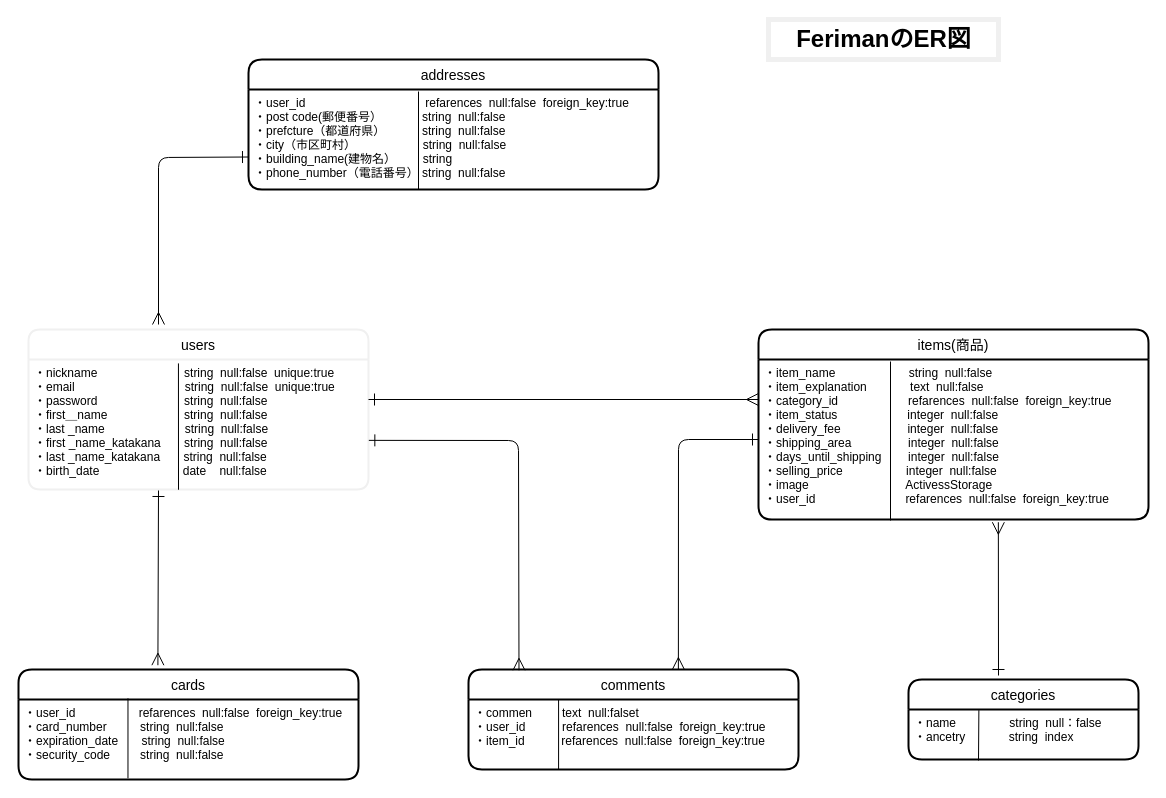
Earlier version of the draw.io diagram er.dio (yuko1117/furima-31777). Source tidied: cells renumbered, new cells numbered last; positions are measured from the earlier drawing's top-left corner, leaving out a move shared by most shapes. Both pictures are drawn from the tidied source at 100%, with x=0, y=0 at pixel (18, 19).
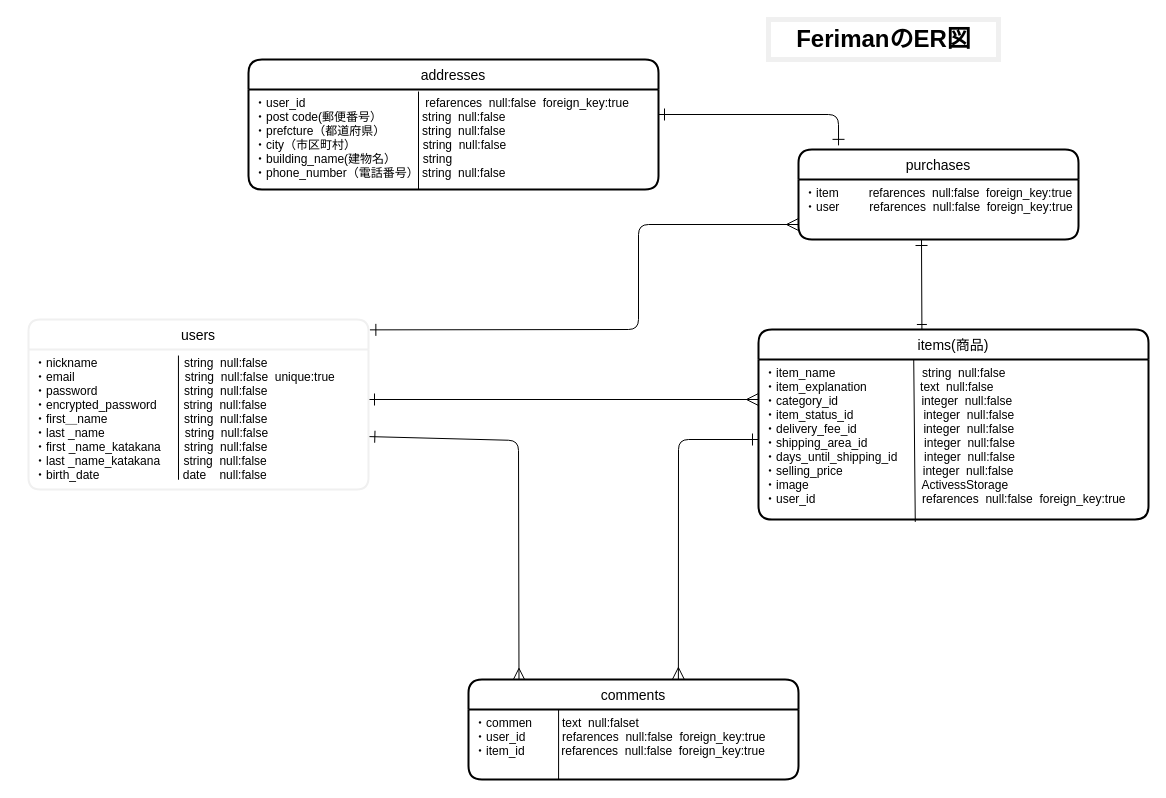
The same diagram, later.

Commit message (it also covers changes not shown here):
ER図、READMEの修正１

Unchanged cells that the change refers to:
```xml
<mxCell id="5" value="addresses" style="swimlane;horizontal=1;startSize=30;rounded=1;fontSize=14;fontStyle=0;strokeWidth=2;shadow=0;dashed=0;align=center;" parent="1" vertex="1">
  <mxGeometry x="230" y="40" width="410" height="130" as="geometry" />
</mxCell>
<mxCell id="6" value="・user_id　　　　　　　　　　refarences  null:false  foreign_key:true&#10;・post code(郵便番号）            string  null:false&#10;・prefcture（都道府県）           string  null:false&#10;・city（市区町村）                    string  null:false&#10;・building_name(建物名）        string  &#10;・phone_number（電話番号） string  null:false&#10;" style="align=left;strokeColor=none;fillColor=none;spacingLeft=4;fontSize=12;verticalAlign=top;" parent="5" vertex="1">
  <mxGeometry y="30" width="410" height="100" as="geometry" />
</mxCell>
<mxCell id="8" value="items(商品)" style="swimlane;horizontal=1;startSize=30;rounded=1;fontSize=14;fontStyle=0;strokeWidth=2;shadow=0;dashed=0;align=center;" parent="1" vertex="1">
  <mxGeometry x="740" y="310" width="390" height="190" as="geometry" />
</mxCell>
```

The edit, as a diff of the source:
```diff
@@
-    <mxCell id="2" value="users" style="swimlane;horizontal=1;startSize=30;rounded=1;fontSize=14;fontStyle=0;strokeWidth=2;shadow=0;dashed=0;align=center;arcSize=13;strokeColor=#F0F0F0;" parent="1" vertex="1">
-      <mxGeometry x="10" y="310" width="340" height="160" as="geometry" />
-    </mxCell>
-    <mxCell id="3" value="・nickname                          string  null:false  unique:true&#10;・email                                 string  null:false  unique:true&#10;・password                          string  null:false                &#10;・first＿name                       string  null:false &#10;・last _name                        string  null:false&#10;・first _name_katakana       string  null:false&#10;・last _name_katakana       string  null:false&#10;・birth_date                         date    null:false &#10;" style="align=left;strokeColor=none;fillColor=none;spacingLeft=4;fontSize=12;verticalAlign=top;" parent="2" vertex="1">
-      <mxGeometry y="30" width="340" height="130" as="geometry" />
-    </mxCell>
-    <mxCell id="4" style="endArrow=none;html=1;rounded=0;exitX=0.441;exitY=0.212;exitDx=0;exitDy=0;exitPerimeter=0;" parent="2" edge="1" source="2">
-      <mxGeometry relative="1" as="geometry">
-        <mxPoint x="150" y="139" as="targetPoint" />
-        <Array as="points">
-          <mxPoint x="150" y="160" />
-        </Array>
-      </mxGeometry>
-    </mxCell>
@@
-    <mxCell id="9" value="・item_name                      string  null:false&#10;・item_explanation             text  null:false&#10;・category_id                     refarences  null:false  foreign_key:true&#10;・item_status                     integer  null:false&#10;・delivery_fee                    integer  null:false&#10;・shipping_area                 integer  null:false&#10;・days_until_shipping        integer  null:false&#10;・selling_price                   integer  null:false&#10;・image                             ActivessStorage&#10;・user_id                           refarences  null:false  foreign_key:true" style="align=left;strokeColor=none;fillColor=none;spacingLeft=4;fontSize=12;verticalAlign=top;" parent="8" vertex="1">
+    <mxCell id="9" value="・item_name                          string  null:false&#10;・item_explanation                text  null:false&#10;・category_id                         integer  null:false  &#10;・item_status_id                     integer  null:false&#10;・delivery_fee_id                    integer  null:false&#10;・shipping_area_id                 integer  null:false&#10;・days_until_shipping_id        integer  null:false&#10;・selling_price                        integer  null:false&#10;・image                                  ActivessStorage&#10;・user_id                                refarences  null:false  foreign_key:true" style="align=left;strokeColor=none;fillColor=none;spacingLeft=4;fontSize=12;verticalAlign=top;" parent="8" vertex="1">
       <mxGeometry y="30" width="390" height="160" as="geometry" />
     </mxCell>
-    <mxCell id="10" style="endArrow=none;html=1;" parent="8" edge="1">
-      <mxGeometry relative="1" as="geometry">
-        <mxPoint x="132" y="191" as="sourcePoint" />
-        <mxPoint x="132" y="32" as="targetPoint" />
-      </mxGeometry>
+    <mxCell id="10" style="endArrow=none;html=1;entryX=0.398;entryY=-0.003;entryDx=0;entryDy=0;entryPerimeter=0;exitX=0.402;exitY=1.015;exitDx=0;exitDy=0;exitPerimeter=0;" parent="8" edge="1" source="9" target="9">
+      <mxGeometry relative="1" as="geometry" />
     </mxCell>
-    <mxCell id="11" value="cards" style="swimlane;horizontal=1;startSize=30;rounded=1;fontSize=14;fontStyle=0;strokeWidth=2;shadow=0;dashed=0;align=center;" parent="1" vertex="1">
-      <mxGeometry y="650" width="340" height="110" as="geometry" />
-    </mxCell>
-    <mxCell id="12" value="・user_id                   refarences  null:false  foreign_key:true&#10;・card_number          string  null:false&#10;・expiration_date       string  null:false&#10;・security_code         string  null:false" style="align=left;strokeColor=none;fillColor=none;spacingLeft=4;fontSize=12;verticalAlign=top;" parent="11" vertex="1">
-      <mxGeometry y="30" width="340" height="80" as="geometry" />
-    </mxCell>
-    <mxCell id="13" style="endArrow=none;html=1;exitX=0.322;exitY=0.262;exitDx=0;exitDy=0;exitPerimeter=0;entryX=0.322;entryY=0.985;entryDx=0;entryDy=0;entryPerimeter=0;" parent="11" edge="1" source="11" target="12">
-      <mxGeometry relative="1" as="geometry" />
-    </mxCell>
-    <mxCell id="14" value="categories" style="swimlane;horizontal=1;startSize=30;rounded=1;fontSize=14;fontStyle=0;strokeWidth=2;shadow=0;dashed=0;align=center;" parent="1" vertex="1">
-      <mxGeometry x="890" y="660" width="230" height="80" as="geometry" />
-    </mxCell>
-    <mxCell id="15" value="・name                string  null：false&#10;・ancetry             string  index" style="align=left;strokeColor=none;fillColor=none;spacingLeft=4;fontSize=12;verticalAlign=top;" parent="14" vertex="1">
-      <mxGeometry y="30" width="230" height="50" as="geometry" />
-    </mxCell>
-    <mxCell id="16" style="endArrow=none;html=1;exitX=0.306;exitY=0.013;exitDx=0;exitDy=0;exitPerimeter=0;" parent="14" edge="1" source="15">
-      <mxGeometry relative="1" as="geometry">
-        <mxPoint x="70" y="81" as="targetPoint" />
-      </mxGeometry>
-    </mxCell>
-    <mxCell id="17" style="endArrow=ERone;html=1;entryX=0;entryY=0.75;entryDx=0;entryDy=0;rounded=1;startArrow=ERmany;startFill=0;endFill=0;endSize=10;startSize=10;" parent="1" edge="1" target="5">
-      <mxGeometry relative="1" as="geometry">
-        <mxPoint x="140" y="305" as="sourcePoint" />
-        <Array as="points">
-          <mxPoint x="140" y="138" />
-        </Array>
-      </mxGeometry>
-    </mxCell>
-    <mxCell id="18" style="endArrow=ERone;html=1;exitX=0.41;exitY=-0.039;exitDx=0;exitDy=0;exitPerimeter=0;startArrow=ERmany;startFill=0;endFill=0;endSize=10;startSize=10;" parent="1" edge="1" source="11">
-      <mxGeometry relative="1" as="geometry">
-        <mxPoint x="140" y="471" as="targetPoint" />
-      </mxGeometry>
-    </mxCell>
+    <mxCell id="27" style="endArrow=ERmany;html=1;rounded=1;entryX=0;entryY=0.75;entryDx=0;entryDy=0;startArrow=ERone;startFill=0;endFill=0;endSize=10;startSize=10;exitX=1.004;exitY=0.061;exitDx=0;exitDy=0;jumpStyle=none;exitPerimeter=0;" parent="1" edge="1" source="2" target="29">
+      <mxGeometry relative="1" as="geometry">
+        <Array as="points">
+          <mxPoint x="620" y="310" />
+          <mxPoint x="620" y="205" />
+        </Array>
+      </mxGeometry>
+    </mxCell>
+    <mxCell id="28" value="purchases" style="swimlane;horizontal=1;startSize=30;rounded=1;fontSize=14;fontStyle=0;strokeWidth=2;shadow=0;dashed=0;align=center;" parent="1" vertex="1">
+      <mxGeometry x="780" y="130" width="280" height="90" as="geometry" />
+    </mxCell>
+    <mxCell id="29" value="・item         refarences  null:false  foreign_key:true&#10;・user         refarences  null:false  foreign_key:true&#10;        " style="align=left;strokeColor=none;fillColor=none;spacingLeft=4;fontSize=12;verticalAlign=top;" parent="28" vertex="1">
+      <mxGeometry y="30" width="280" height="60" as="geometry" />
+    </mxCell>
+    <mxCell id="22" style="endArrow=ERone;html=1;entryX=1.001;entryY=0.622;entryDx=0;entryDy=0;entryPerimeter=0;exitX=0.153;exitY=0.008;exitDx=0;exitDy=0;exitPerimeter=0;startArrow=ERmany;startFill=0;endFill=0;endSize=10;startSize=10;" parent="1" edge="1" source="19" target="3">
+      <mxGeometry relative="1" as="geometry">
+        <Array as="points">
+          <mxPoint x="500" y="421" />
+        </Array>
+      </mxGeometry>
+    </mxCell>
+    <mxCell id="23" style="endArrow=ERmany;html=1;entryX=0;entryY=0.25;entryDx=0;entryDy=0;startArrow=ERone;startFill=0;endFill=0;endSize=10;startSize=10;" parent="1" edge="1" target="9">
+      <mxGeometry relative="1" as="geometry">
+        <mxPoint x="350" y="380" as="sourcePoint" />
+      </mxGeometry>
+    </mxCell>
+    <mxCell id="24" style="endArrow=ERone;html=1;entryX=0;entryY=0.5;entryDx=0;entryDy=0;exitX=0.636;exitY=0;exitDx=0;exitDy=0;exitPerimeter=0;startArrow=ERmany;startFill=0;endFill=0;endSize=10;startSize=10;" parent="1" edge="1" source="19" target="9">
+      <mxGeometry relative="1" as="geometry">
+        <Array as="points">
+          <mxPoint x="660" y="420" />
+        </Array>
+      </mxGeometry>
+    </mxCell>
+    <mxCell id="26" value="FerimanのER図" style="text;fillColor=none;html=1;fontSize=24;fontStyle=1;verticalAlign=middle;align=center;strokeWidth=5;strokeColor=#f0f0f0;" parent="1" vertex="1">
+      <mxGeometry x="750" width="230" height="40" as="geometry" />
+    </mxCell>
+    <mxCell id="2" value="users" style="swimlane;horizontal=1;startSize=30;rounded=1;fontSize=14;fontStyle=0;strokeWidth=2;shadow=0;dashed=0;align=center;arcSize=13;strokeColor=#F0F0F0;" parent="1" vertex="1">
+      <mxGeometry x="10" y="300" width="340" height="170" as="geometry" />
+    </mxCell>
+    <mxCell id="3" value="・nickname                          string  null:false  &#10;・email                                 string  null:false  unique:true&#10;・password                          string  null:false &#10;・encrypted_password        string  null:false     &#10;・first＿name                       string  null:false &#10;・last _name                        string  null:false&#10;・first _name_katakana       string  null:false&#10;・last _name_katakana       string  null:false&#10;・birth_date                         date    null:false &#10;&#10;" style="align=left;strokeColor=none;fillColor=none;spacingLeft=4;fontSize=12;verticalAlign=top;" parent="2" vertex="1">
+      <mxGeometry y="30" width="340" height="140" as="geometry" />
+    </mxCell>
+    <mxCell id="4" style="endArrow=none;html=1;rounded=0;exitX=0.441;exitY=0.212;exitDx=0;exitDy=0;exitPerimeter=0;" parent="2" edge="1" source="2">
+      <mxGeometry relative="1" as="geometry">
+        <mxPoint x="150" y="139" as="targetPoint" />
+        <Array as="points">
+          <mxPoint x="150" y="160" />
+        </Array>
+      </mxGeometry>
+    </mxCell>
+    <mxCell id="30" style="endArrow=ERone;html=1;exitX=0.419;exitY=0;exitDx=0;exitDy=0;exitPerimeter=0;startArrow=ERone;startFill=0;endFill=0;endSize=10;startSize=8;" parent="1" edge="1" source="8">
+      <mxGeometry relative="1" as="geometry">
+        <mxPoint x="903" y="220" as="targetPoint" />
+      </mxGeometry>
+    </mxCell>
     <mxCell id="19" value="comments" style="swimlane;horizontal=1;startSize=30;rounded=1;fontSize=14;fontStyle=0;strokeWidth=2;shadow=0;dashed=0;align=center;" parent="1" vertex="1">
-      <mxGeometry x="450" y="650" width="330" height="100" as="geometry" />
+      <mxGeometry x="450" y="660" width="330" height="100" as="geometry" />
     </mxCell>
@@
-    <mxCell id="22" style="endArrow=ERone;html=1;entryX=1.001;entryY=0.622;entryDx=0;entryDy=0;entryPerimeter=0;exitX=0.153;exitY=0.008;exitDx=0;exitDy=0;exitPerimeter=0;startArrow=ERmany;startFill=0;endFill=0;endSize=10;startSize=10;" parent="1" edge="1" source="19" target="3">
-      <mxGeometry relative="1" as="geometry">
-        <Array as="points">
-          <mxPoint x="500" y="421" />
-        </Array>
-      </mxGeometry>
-    </mxCell>
-    <mxCell id="23" style="endArrow=ERmany;html=1;entryX=0;entryY=0.25;entryDx=0;entryDy=0;startArrow=ERone;startFill=0;endFill=0;endSize=10;startSize=10;" parent="1" edge="1" target="9">
-      <mxGeometry relative="1" as="geometry">
-        <mxPoint x="350" y="380" as="sourcePoint" />
-      </mxGeometry>
-    </mxCell>
-    <mxCell id="24" style="endArrow=ERone;html=1;entryX=0;entryY=0.5;entryDx=0;entryDy=0;exitX=0.636;exitY=0;exitDx=0;exitDy=0;exitPerimeter=0;startArrow=ERmany;startFill=0;endFill=0;endSize=10;startSize=10;" parent="1" edge="1" source="19" target="9">
-      <mxGeometry relative="1" as="geometry">
-        <Array as="points">
-          <mxPoint x="660" y="420" />
-        </Array>
-      </mxGeometry>
-    </mxCell>
-    <mxCell id="25" style="endArrow=ERmany;html=1;entryX=0.615;entryY=1.017;entryDx=0;entryDy=0;entryPerimeter=0;startArrow=ERone;startFill=0;endFill=0;endSize=10;startSize=10;" parent="1" edge="1" target="9">
-      <mxGeometry relative="1" as="geometry">
-        <mxPoint x="980" y="656" as="sourcePoint" />
-      </mxGeometry>
-    </mxCell>
-    <mxCell id="26" value="FerimanのER図" style="text;fillColor=none;html=1;fontSize=24;fontStyle=1;verticalAlign=middle;align=center;strokeWidth=5;strokeColor=#f0f0f0;" parent="1" vertex="1">
-      <mxGeometry x="750" width="230" height="40" as="geometry" />
-    </mxCell>
+    <mxCell id="31" style="endArrow=ERone;html=1;entryX=1;entryY=0.25;entryDx=0;entryDy=0;exitX=0.143;exitY=-0.046;exitDx=0;exitDy=0;exitPerimeter=0;startArrow=ERone;startFill=0;endFill=0;endSize=10;startSize=10;" parent="1" edge="1" source="28" target="6">
+      <mxGeometry relative="1" as="geometry">
+        <Array as="points">
+          <mxPoint x="820" y="95" />
+        </Array>
+      </mxGeometry>
+    </mxCell>
```
